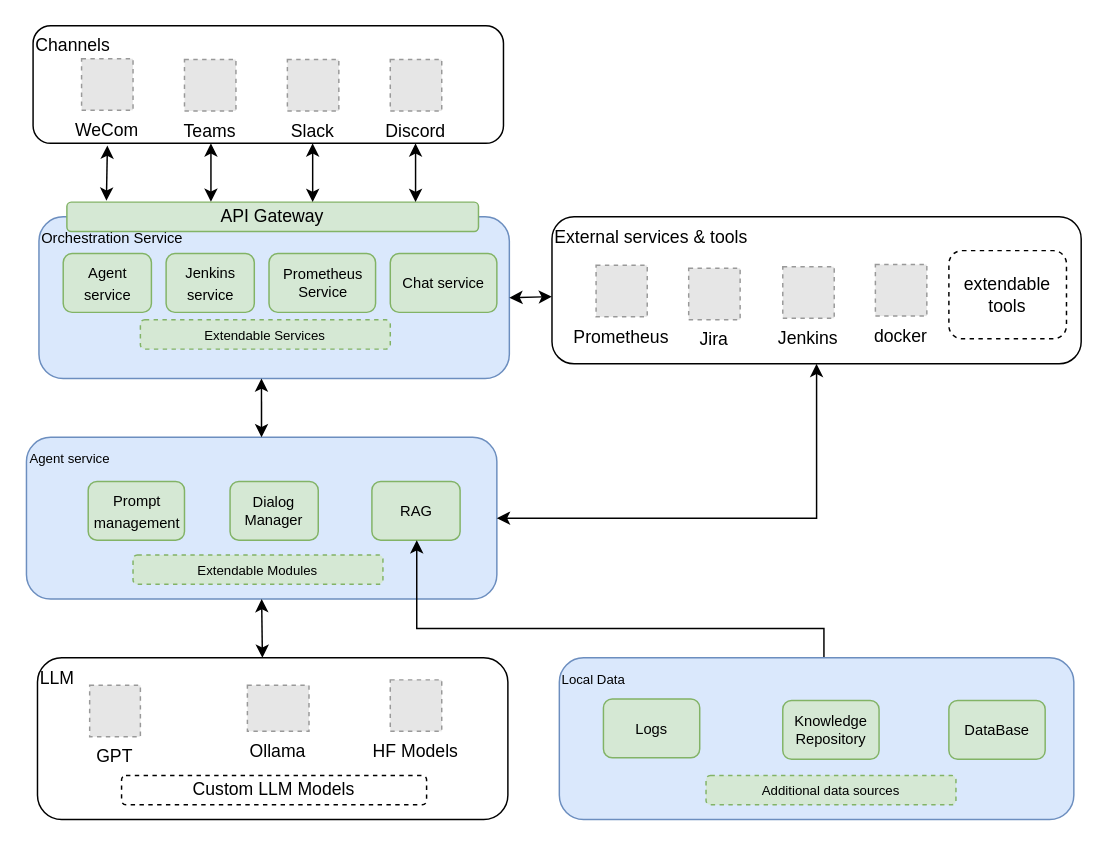
Earlier version of the draw.io diagram docs/Flowchart/Agent_Architecture.drawio (Danielyan86/DevOpsGPT). Source tidied: cells renumbered, new cells numbered last; positions are measured from the earlier drawing's top-left corner, leaving out a move shared by most shapes. Both pictures are drawn from the tidied source at 147%, with x=0, y=0 at pixel (25, 25). Pictures stored in the file or linked from it are replaced by grey dashed boxes.
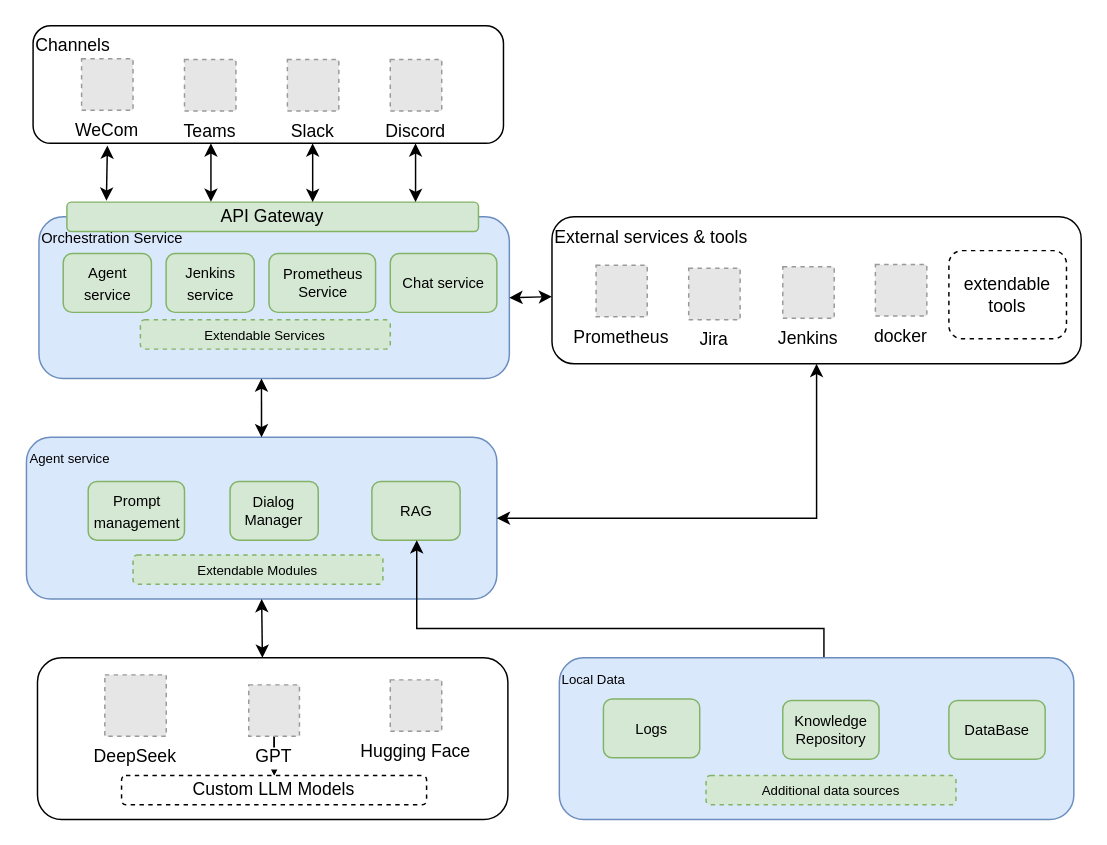
After the change.

Unchanged cells that the change refers to:
```xml
<mxCell id="32" value="Custom LLM Models" style="rounded=1;whiteSpace=wrap;html=1;dashed=1;" parent="1" vertex="1">
  <mxGeometry x="65.2" y="510" width="207.5" height="20" as="geometry" />
</mxCell>
```

The edit, as a diff of the source:
```diff
@@
-    <mxCell id="28" value="LLM" style="rounded=1;whiteSpace=wrap;html=1;align=left;verticalAlign=top;labelBackgroundColor=none;" parent="1" vertex="1">
+    <mxCell id="28" style="rounded=1;whiteSpace=wrap;html=1;align=left;verticalAlign=top;labelBackgroundColor=none;" parent="1" vertex="1">
       <mxGeometry x="8" y="430" width="320" height="110" as="geometry" />
     </mxCell>
@@
+    <mxCell id="45" style="edgeStyle=orthogonalEdgeStyle;rounded=0;jettySize=auto;html=1;" parent="1" edge="1" source="30" target="32">
+      <mxGeometry relative="1" as="geometry" />
+    </mxCell>
+    <mxCell id="46" style="edgeStyle=orthogonalEdgeStyle;rounded=0;jettySize=auto;html=1;" parent="1" edge="1" source="30" target="32">
+      <mxGeometry relative="1" as="geometry" />
+    </mxCell>
-    <mxCell id="30" value="GPT" style="fillColor=#E6E6E6;strokeColor=#999999;dashed=1;verticalLabelPosition=bottom;labelBackgroundColor=default;verticalAlign=top;" parent="1" vertex="1">
-      <mxGeometry x="43.5" y="448.7" width="34.5" height="35" as="geometry" />
+    <mxCell id="30" value="GPT&#10;" style="fillColor=#E6E6E6;strokeColor=#999999;dashed=1;verticalLabelPosition=bottom;labelBackgroundColor=default;verticalAlign=top;" parent="1" vertex="1">
+      <mxGeometry x="151.7" y="448.4" width="34.5" height="35" as="geometry" />
     </mxCell>
-    <mxCell id="31" value="Ollama" style="fillColor=#E6E6E6;strokeColor=#999999;dashed=1;verticalLabelPosition=bottom;labelBackgroundColor=default;verticalAlign=top;" parent="1" vertex="1">
-      <mxGeometry x="150.8" y="448.7" width="41.9" height="31.3" as="geometry" />
-    </mxCell>
@@
-    <mxCell id="35" value="HF Models" style="fillColor=#E6E6E6;strokeColor=#999999;dashed=1;verticalLabelPosition=bottom;labelBackgroundColor=default;verticalAlign=top;" parent="1" vertex="1">
+    <mxCell id="35" value="Hugging Face" style="fillColor=#E6E6E6;strokeColor=#999999;dashed=1;verticalLabelPosition=bottom;labelBackgroundColor=default;verticalAlign=top;" parent="1" vertex="1">
       <mxGeometry x="248" y="445" width="35" height="35" as="geometry" />
     </mxCell>
@@
+    <mxCell id="47" value="DeepSeek" style="fillColor=#E6E6E6;strokeColor=#999999;dashed=1;verticalLabelPosition=bottom;labelBackgroundColor=default;verticalAlign=top;" parent="1" vertex="1">
+      <mxGeometry x="53.8" y="441.6" width="41.8" height="41.8" as="geometry" />
+    </mxCell>
```
